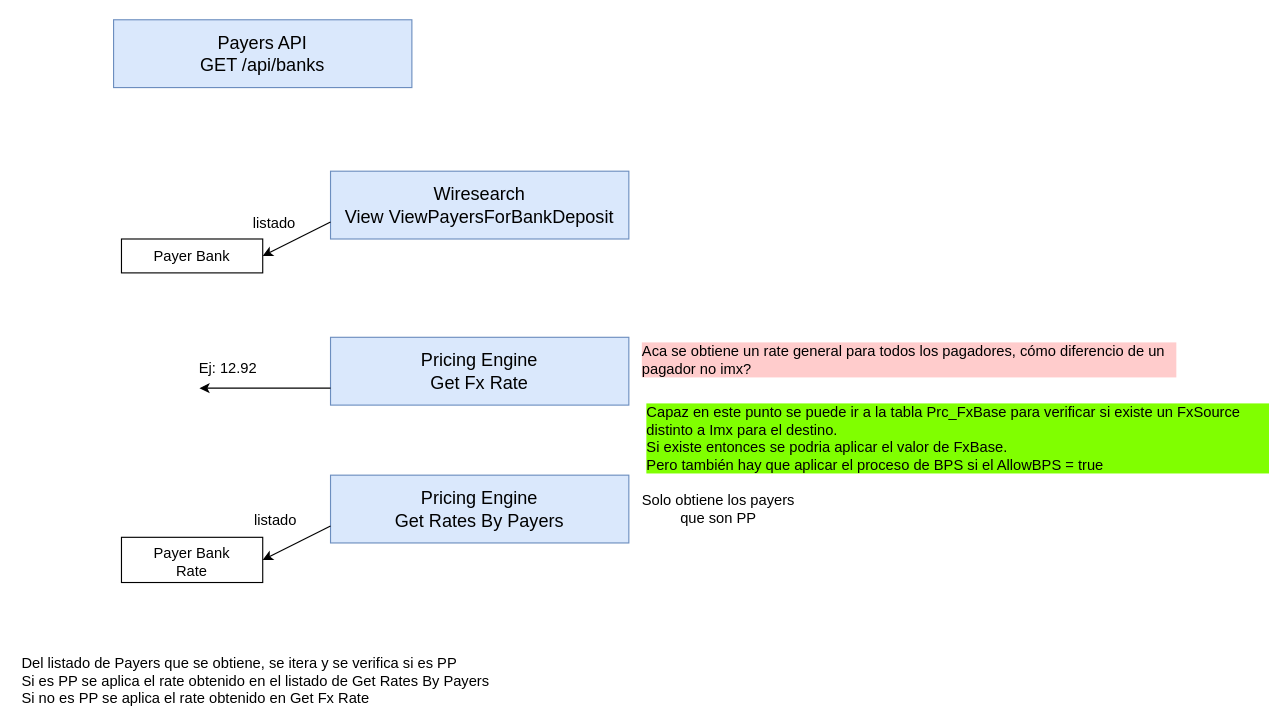
This is page "Página-2" (2 of 2) of Pricing Engine.drawio from notariopablomarcelo/intermex, a draw.io file, before an edit. Source tidied: cells renumbered, new cells numbered last; positions are measured from the earlier drawing's top-left corner, leaving out a move shared by most shapes. Both pictures are drawn from the tidied source at 113%, with x=0, y=0 at pixel (19, 19).
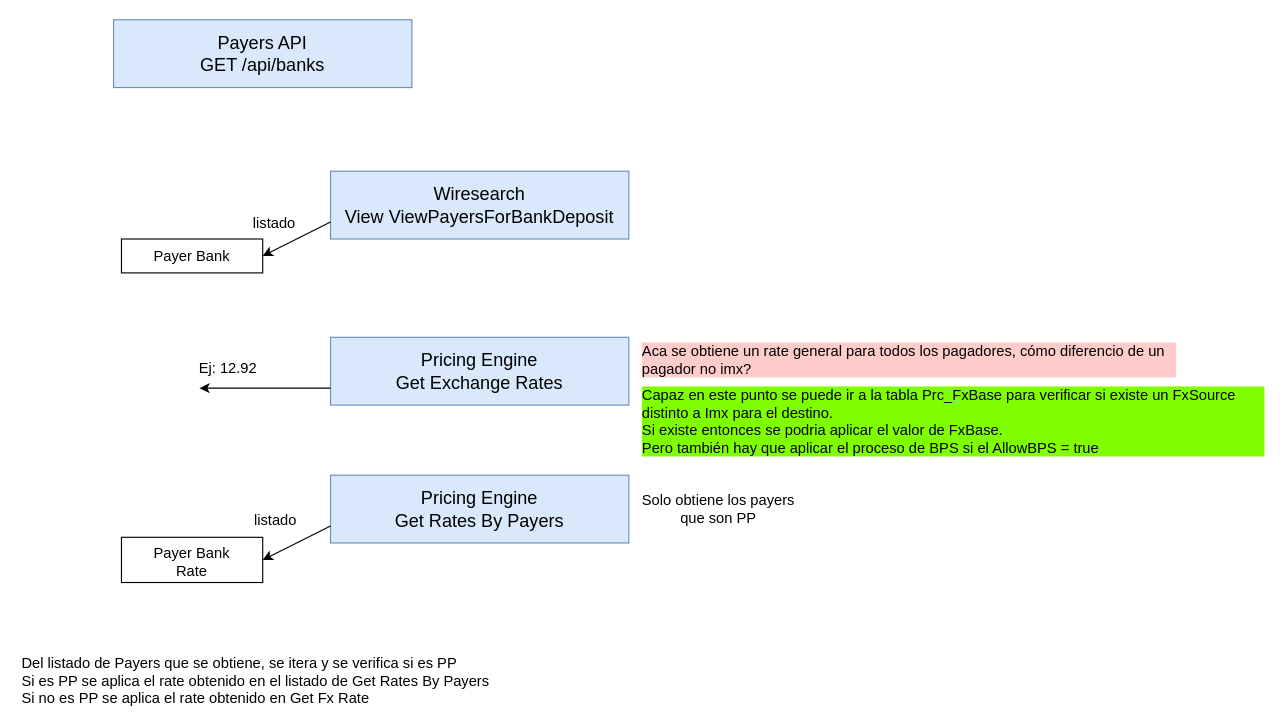
Above is the later version.

Change to the diagram source:
```diff
@@
-    <mxCell id="7" value="Pricing Engine&lt;br&gt;Get Fx Rate" style="rounded=0;whiteSpace=wrap;html=1;fontSize=16;fillColor=#dae8fc;strokeColor=#6c8ebf;" parent="1" vertex="1">
+    <mxCell id="7" value="Pricing Engine&lt;br&gt;Get Exchange Rates" style="rounded=0;whiteSpace=wrap;html=1;fontSize=16;fillColor=#dae8fc;strokeColor=#6c8ebf;" parent="1" vertex="1">
       <mxGeometry x="275" y="281" width="264" height="60" as="geometry" />
     </mxCell>
@@
     <mxCell id="17" value="Capaz en este punto se puede ir a la tabla Prc_FxBase para verificar si existe un FxSource distinto a Imx para el destino.&lt;br&gt;Si existe entonces se podria aplicar el valor de FxBase.&lt;br&gt;Pero también hay que aplicar el proceso de BPS si el AllowBPS = true" style="text;html=1;strokeColor=none;fillColor=none;align=left;verticalAlign=top;whiteSpace=wrap;rounded=0;fontSize=13;labelBackgroundColor=#80FF00;" parent="1" vertex="1">
-      <mxGeometry x="553" y="333" width="553" height="30" as="geometry" />
+      <mxGeometry x="549" y="318" width="553" height="30" as="geometry" />
     </mxCell>
```
